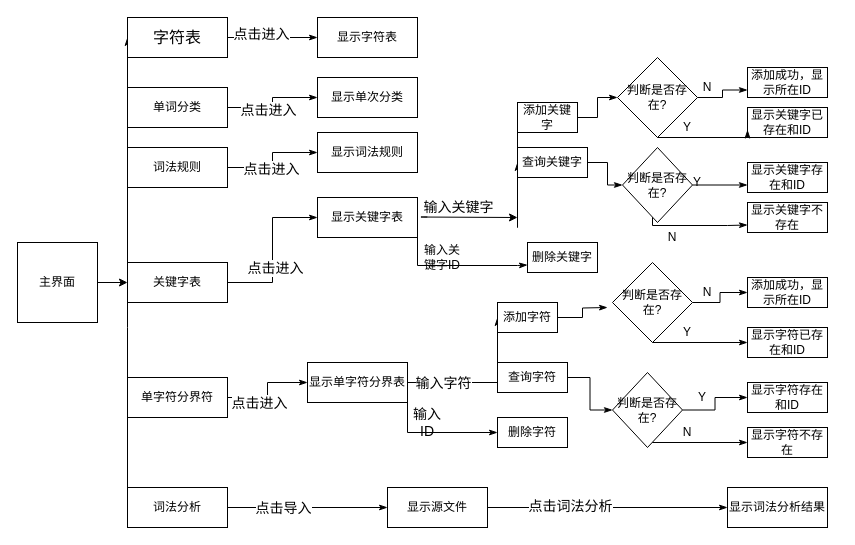
This is Untitled Diagram.drawio from fox-wei/algorithm-base, a draw.io file, before an edit. Source tidied: cells renumbered, new cells numbered last; positions are measured from the earlier drawing's top-left corner, leaving out a move shared by most shapes. Both pictures are drawn from the tidied source at 100%, with x=0, y=0 at pixel (17, 17).
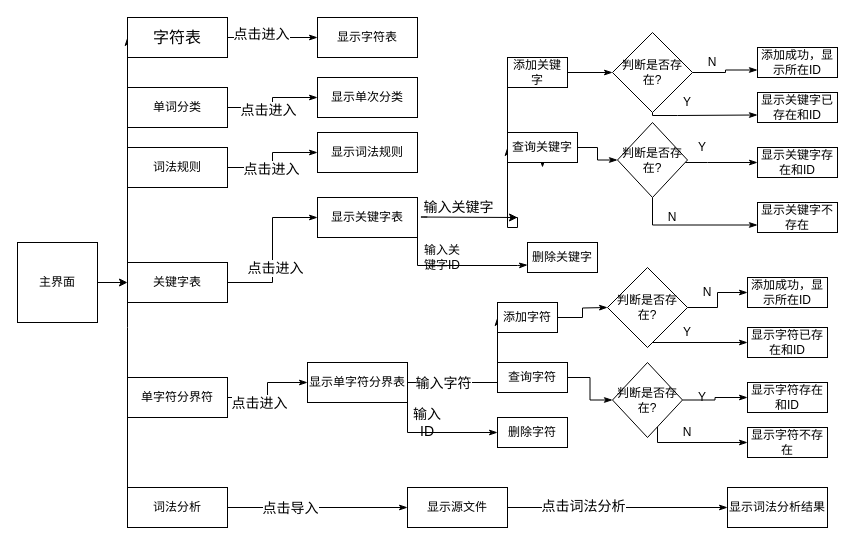
Above is the later version.

The edit, as a diff of the source:
```diff
@@
     <mxCell id="28" value="添加成功，显示所在ID" style="rounded=0;whiteSpace=wrap;html=1;" parent="1" vertex="1">
-      <mxGeometry x="730" y="50" width="80" height="30" as="geometry" />
+      <mxGeometry x="740" y="30" width="80" height="30" as="geometry" />
     </mxCell>
     <mxCell id="29" value="显示关键字已存在和ID" style="rounded=0;whiteSpace=wrap;html=1;" parent="1" vertex="1">
-      <mxGeometry x="730" y="90" width="80" height="30" as="geometry" />
+      <mxGeometry x="740" y="75" width="80" height="30" as="geometry" />
     </mxCell>
@@
     <mxCell id="32" style="edgeStyle=orthogonalEdgeStyle;rounded=0;jettySize=auto;html=1;entryX=0;entryY=0.75;entryDx=0;entryDy=0;endArrow=classicThin;endFill=1;" parent="1" edge="1" source="34" target="28">
-      <mxGeometry relative="1" as="geometry" />
+      <mxGeometry relative="1" as="geometry">
+        <Array as="points">
+          <mxPoint x="708" y="55" />
+          <mxPoint x="708" y="53" />
+        </Array>
+      </mxGeometry>
     </mxCell>
     <mxCell id="33" style="edgeStyle=orthogonalEdgeStyle;rounded=0;jettySize=auto;html=1;entryX=0;entryY=0.75;entryDx=0;entryDy=0;endArrow=classicThin;endFill=1;" parent="1" edge="1" source="34" target="29">
       <mxGeometry relative="1" as="geometry">
         <Array as="points">
-          <mxPoint x="660" y="120" />
-          <mxPoint x="660" y="120" />
+          <mxPoint x="635" y="98" />
+          <mxPoint x="660" y="98" />
         </Array>
       </mxGeometry>
     </mxCell>
     <mxCell id="34" value="判断是否存在?" style="rhombus;whiteSpace=wrap;html=1;" parent="1" vertex="1">
-      <mxGeometry x="600" y="40" width="80" height="80" as="geometry" />
+      <mxGeometry x="595" y="15" width="80" height="80" as="geometry" />
     </mxCell>
     <mxCell id="35" value="Y" style="text;html=1;strokeColor=none;fillColor=none;align=center;verticalAlign=middle;whiteSpace=wrap;rounded=0;" parent="1" vertex="1">
-      <mxGeometry x="650" y="100" width="40" height="20" as="geometry" />
+      <mxGeometry x="650" y="75" width="40" height="20" as="geometry" />
     </mxCell>
@@
     <mxCell id="37" style="edgeStyle=orthogonalEdgeStyle;rounded=0;jettySize=auto;html=1;exitX=0;exitY=0.5;exitDx=0;exitDy=0;entryX=0;entryY=0.5;entryDx=0;entryDy=0;endArrow=classicThin;endFill=1;" parent="1" edge="1" source="38" target="40">
       <mxGeometry relative="1" as="geometry">
         <Array as="points">
+          <mxPoint x="490" y="200" />
+          <mxPoint x="500" y="200" />
           <mxPoint x="500" y="210" />
-          <mxPoint x="500" y="210" />
+          <mxPoint x="490" y="210" />
         </Array>
       </mxGeometry>
     </mxCell>
     <mxCell id="38" value="添加关键字" style="rounded=0;whiteSpace=wrap;html=1;" parent="1" vertex="1">
-      <mxGeometry x="500" y="85" width="60" height="30" as="geometry" />
+      <mxGeometry x="490" y="40" width="60" height="30" as="geometry" />
     </mxCell>
@@
+    <mxCell id="80" style="edgeStyle=orthogonalEdgeStyle;rounded=0;jettySize=auto;html=1;exitX=0.5;exitY=1;exitDx=0;exitDy=0;endArrow=classicThin;endFill=1;" parent="1" edge="1" source="40">
+      <mxGeometry relative="1" as="geometry">
+        <mxPoint x="525" y="150" as="targetPoint" />
+      </mxGeometry>
+    </mxCell>
     <mxCell id="40" value="查询关键字" style="rounded=0;whiteSpace=wrap;html=1;" parent="1" vertex="1">
-      <mxGeometry x="500" y="130" width="70" height="30" as="geometry" />
+      <mxGeometry x="490" y="115" width="70" height="30" as="geometry" />
     </mxCell>
     <mxCell id="41" value="显示关键字存在和ID" style="rounded=0;whiteSpace=wrap;html=1;" parent="1" vertex="1">
-      <mxGeometry x="730" y="145" width="80" height="30" as="geometry" />
+      <mxGeometry x="740" y="130" width="80" height="30" as="geometry" />
     </mxCell>
+    <mxCell id="43" style="edgeStyle=orthogonalEdgeStyle;rounded=0;jettySize=auto;html=1;entryX=0;entryY=0.75;entryDx=0;entryDy=0;endArrow=classicThin;endFill=1;" parent="1" edge="1" source="44" target="45">
+      <mxGeometry relative="1" as="geometry">
+        <Array as="points">
+          <mxPoint x="635" y="208" />
+          <mxPoint x="740" y="208" />
+        </Array>
+      </mxGeometry>
+    </mxCell>
-    <mxCell id="42" style="edgeStyle=orthogonalEdgeStyle;rounded=0;jettySize=auto;html=1;entryX=0;entryY=0.75;entryDx=0;entryDy=0;endArrow=classicThin;endFill=1;" parent="1" edge="1" source="44" target="41">
-      <mxGeometry relative="1" as="geometry" />
+    <mxCell id="42" style="edgeStyle=orthogonalEdgeStyle;rounded=0;jettySize=auto;html=1;endArrow=classicThin;endFill=1;" parent="1" edge="1" source="44" target="41">
+      <mxGeometry relative="1" as="geometry">
+        <Array as="points">
+          <mxPoint x="690" y="145" />
+          <mxPoint x="690" y="145" />
+        </Array>
+      </mxGeometry>
     </mxCell>
-    <mxCell id="43" style="edgeStyle=orthogonalEdgeStyle;rounded=0;jettySize=auto;html=1;entryX=0;entryY=0.75;entryDx=0;entryDy=0;endArrow=classicThin;endFill=1;" parent="1" edge="1" source="44" target="45">
-      <mxGeometry relative="1" as="geometry">
-        <Array as="points">
-          <mxPoint x="635" y="208" />
-          <mxPoint x="710" y="208" />
-        </Array>
-      </mxGeometry>
-    </mxCell>
     <mxCell id="44" value="判断是否存在?" style="rhombus;whiteSpace=wrap;html=1;" parent="1" vertex="1">
-      <mxGeometry x="605" y="130" width="70" height="75" as="geometry" />
+      <mxGeometry x="600" y="105" width="70" height="75" as="geometry" />
     </mxCell>
     <mxCell id="45" value="显示关键字不存在" style="rounded=0;whiteSpace=wrap;html=1;" parent="1" vertex="1">
-      <mxGeometry x="730" y="185" width="80" height="30" as="geometry" />
+      <mxGeometry x="740" y="185" width="80" height="30" as="geometry" />
     </mxCell>
-    <mxCell id="46" value="Y" style="text;html=1;strokeColor=none;fillColor=none;align=center;verticalAlign=middle;whiteSpace=wrap;rounded=0;" parent="1" vertex="1">
-      <mxGeometry x="660" y="155" width="40" height="20" as="geometry" />
-    </mxCell>
     <mxCell id="47" value="N" style="text;html=1;strokeColor=none;fillColor=none;align=center;verticalAlign=middle;whiteSpace=wrap;rounded=0;" parent="1" vertex="1">
-      <mxGeometry x="635" y="210" width="40" height="20" as="geometry" />
+      <mxGeometry x="635" y="190" width="40" height="20" as="geometry" />
     </mxCell>
@@
     <mxCell id="51" value="N" style="text;html=1;strokeColor=none;fillColor=none;align=center;verticalAlign=middle;whiteSpace=wrap;rounded=0;" parent="1" vertex="1">
-      <mxGeometry x="670" y="60" width="40" height="20" as="geometry" />
+      <mxGeometry x="675" y="35" width="40" height="20" as="geometry" />
     </mxCell>
@@
     <mxCell id="63" value="判断是否存在?" style="rhombus;whiteSpace=wrap;html=1;" parent="1" vertex="1">
-      <mxGeometry x="595" y="245" width="80" height="80" as="geometry" />
+      <mxGeometry x="590" y="250" width="80" height="80" as="geometry" />
     </mxCell>
@@
     <mxCell id="66" value="判断是否存在?" style="rhombus;whiteSpace=wrap;html=1;" parent="1" vertex="1">
-      <mxGeometry x="595" y="355" width="70" height="75" as="geometry" />
+      <mxGeometry x="595" y="345" width="70" height="75" as="geometry" />
     </mxCell>
@@
     <mxCell id="78" value="显示源文件" style="rounded=0;whiteSpace=wrap;html=1;" parent="1" vertex="1">
-      <mxGeometry x="370" y="470" width="100" height="40" as="geometry" />
+      <mxGeometry x="390" y="470" width="100" height="40" as="geometry" />
     </mxCell>
@@
+    <mxCell id="46" value="Y" style="text;html=1;strokeColor=none;fillColor=none;align=center;verticalAlign=middle;whiteSpace=wrap;rounded=0;" parent="1" vertex="1">
+      <mxGeometry x="665" y="120" width="40" height="20" as="geometry" />
+    </mxCell>
+    <mxCell id="81" style="edgeStyle=orthogonalEdgeStyle;rounded=0;orthogonalLoop=1;jettySize=auto;html=1;exitX=0.5;exitY=1;exitDx=0;exitDy=0;endArrow=classicThin;endFill=1;" parent="1" edge="1" source="47" target="47">
+      <mxGeometry relative="1" as="geometry" />
+    </mxCell>
```
